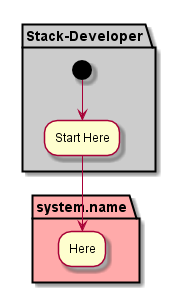
Before: docs/Actors/Stack-Developer/Activity.png, a diagram exported from PlantUML (CAADE/ADC).
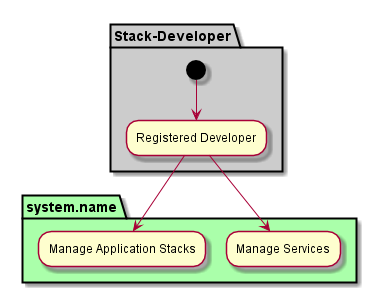
The same file after the commit.

Change to the diagram source:
```diff
@@ -2,11 +2,12 @@
 
 
 partition "Stack-Developer"  #cccccc {
-  (*) --> "Start Here"
+  (*) --> "Registered Developer"
 }
 
-partition "system.name" #ffaaaa {
-  "Start Here" --> "Here"
+partition "system.name" #aaffaa {
+  "Registered Developer" --> "Manage Services"
+  "Registered Developer" --> "Manage Application Stacks"
 }
 
 @enduml
```
